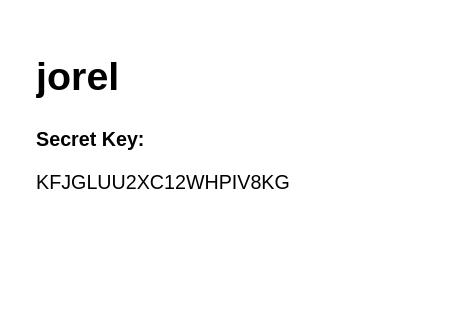
Above: Diagrama sem nome.drawio in Samukle/bateria-eletrica (draw.io), before the change. Source tidied: cells renumbered, new cells numbered last; positions are measured from the earlier drawing's top-left corner, leaving out a move shared by most shapes. Both pictures are drawn from the tidied source at 164%, with x=0, y=0 at pixel (28, 44).
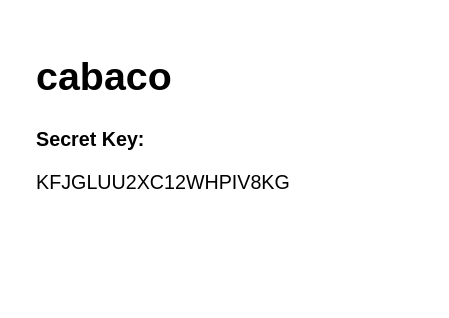
After the change.

What changed in the source:
```diff
@@
 <mxGraphModel>
   <root>
     <mxCell id="0" />
     <mxCell id="1" parent="0" />
-    <mxCell id="2" value="&lt;h1&gt;jorel&lt;/h1&gt;&lt;p&gt;&lt;b&gt;Secret Key:&lt;/b&gt;&lt;/p&gt;KFJGLUU2XC12WHPIV8KG" style="text;html=1;strokeColor=none;fillColor=none;spacing=5;spacingTop=-20;whiteSpace=wrap;overflow=hidden;rounded=0;" parent="1" vertex="1">
+    <mxCell id="2" value="&lt;h1&gt;cabaco&lt;/h1&gt;&lt;p&gt;&lt;b&gt;Secret Key:&lt;/b&gt;&lt;/p&gt;KFJGLUU2XC12WHPIV8KG" style="text;html=1;strokeColor=none;fillColor=none;spacing=5;spacingTop=-20;whiteSpace=wrap;overflow=hidden;rounded=0;" parent="1" vertex="1">
       <mxGeometry width="240" height="150" as="geometry" />
     </mxCell>
   </root>
 </mxGraphModel>
```
